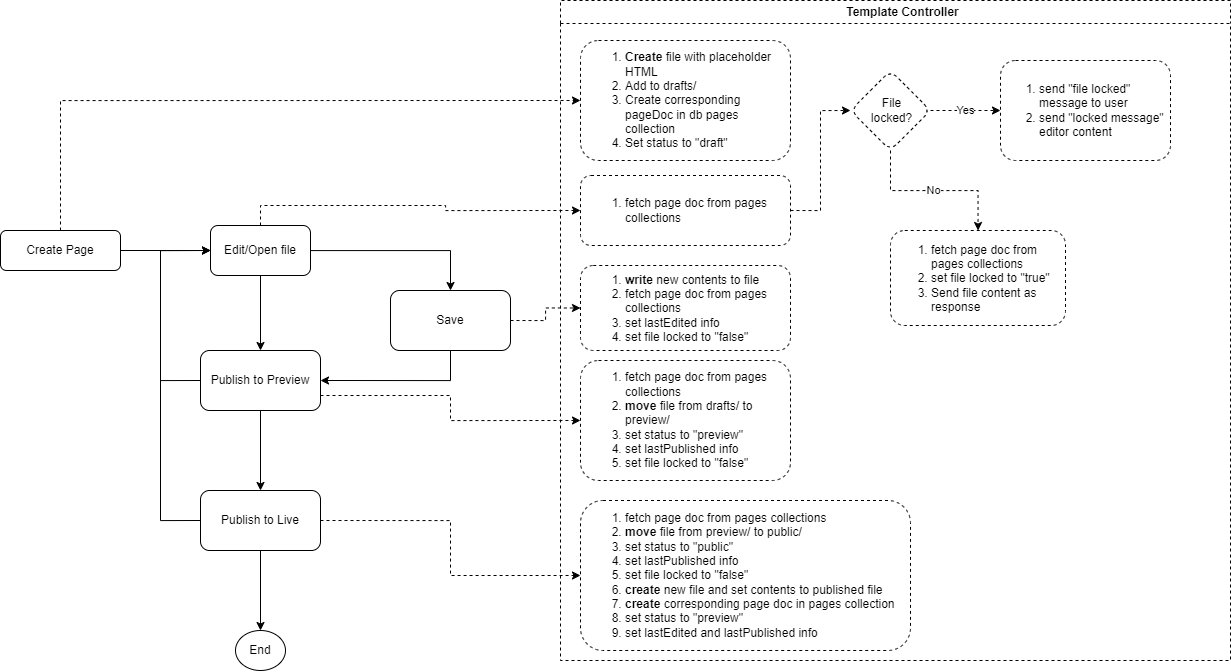
Before: publishing process.png, a diagram exported from draw.io (j-000/drawio). Source tidied: cells renumbered, new cells last; positions are measured from the earlier drawing's top-left corner, leaving out a move shared by most shapes.
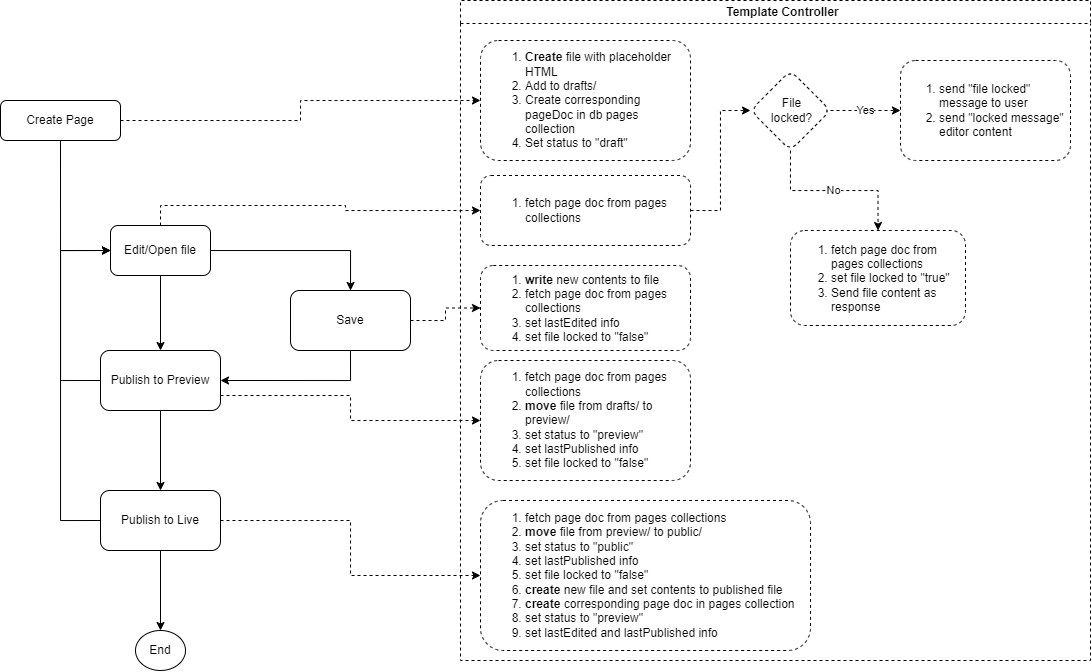
After the change.

What changed in the source:
```diff
@@ -2,17 +2,17 @@
   <root>
     <mxCell id="0" />
     <mxCell id="1" parent="0" />
+    <mxCell id="3" style="edgeStyle=orthogonalEdgeStyle;rounded=0;jettySize=auto;html=1;exitX=1;exitY=0.5;exitDx=0;exitDy=0;entryX=0;entryY=0.5;entryDx=0;entryDy=0;dashed=1;" parent="1" edge="1" source="4" target="6">
+      <mxGeometry relative="1" as="geometry" />
+    </mxCell>
-    <mxCell id="2" style="edgeStyle=orthogonalEdgeStyle;rounded=0;jettySize=auto;html=1;" parent="1" edge="1" source="4" target="20">
+    <mxCell id="2" style="edgeStyle=orthogonalEdgeStyle;rounded=0;jettySize=auto;html=1;exitX=0.5;exitY=1;exitDx=0;exitDy=0;entryX=0;entryY=0.5;entryDx=0;entryDy=0;" parent="1" edge="1" source="4" target="20">
       <mxGeometry relative="1" as="geometry" />
     </mxCell>
-    <mxCell id="3" style="edgeStyle=orthogonalEdgeStyle;rounded=0;jettySize=auto;html=1;exitX=0.5;exitY=0;exitDx=0;exitDy=0;entryX=0;entryY=0.5;entryDx=0;entryDy=0;dashed=1;" parent="1" edge="1" source="4" target="6">
-      <mxGeometry relative="1" as="geometry" />
-    </mxCell>
     <mxCell id="4" value="Create Page" style="rounded=1;whiteSpace=wrap;html=1;" parent="1" vertex="1">
-      <mxGeometry y="230" width="120" height="40" as="geometry" />
+      <mxGeometry x="100" y="100" width="120" height="40" as="geometry" />
     </mxCell>
     <mxCell id="5" value="Template Controller" style="swimlane;whiteSpace=wrap;html=1;dashed=1;spacingLeft=15;" parent="1" vertex="1">
-      <mxGeometry x="560" width="670" height="660" as="geometry" />
+      <mxGeometry x="560" width="630" height="660" as="geometry" />
     </mxCell>
     <mxCell id="6" value="&lt;ol&gt;&lt;li&gt;&lt;b&gt;Create&lt;/b&gt; file with placeholder HTML&lt;/li&gt;&lt;li&gt;Add to drafts/&lt;/li&gt;&lt;li&gt;Create corresponding pageDoc in db pages collection&lt;/li&gt;&lt;li&gt;Set status to &quot;draft&quot;&lt;/li&gt;&lt;/ol&gt;" style="whiteSpace=wrap;html=1;rounded=1;align=left;spacingLeft=3;dashed=1;" parent="5" vertex="1">
       <mxGeometry x="20" y="40" width="210" height="120" as="geometry" />
```
